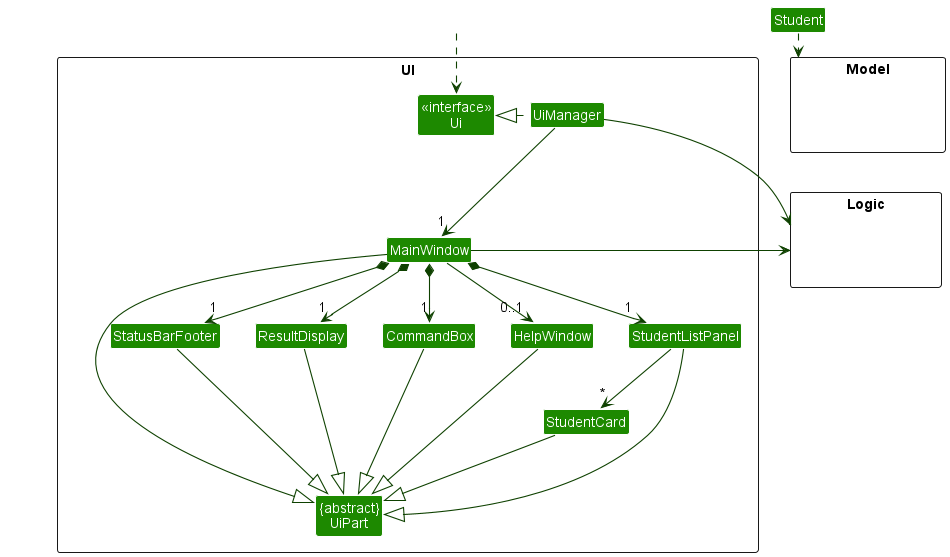
Earlier version of the PlantUML export docs/images/UiClassDiagram.png (nus-cs2103-AY2223S2/tp).
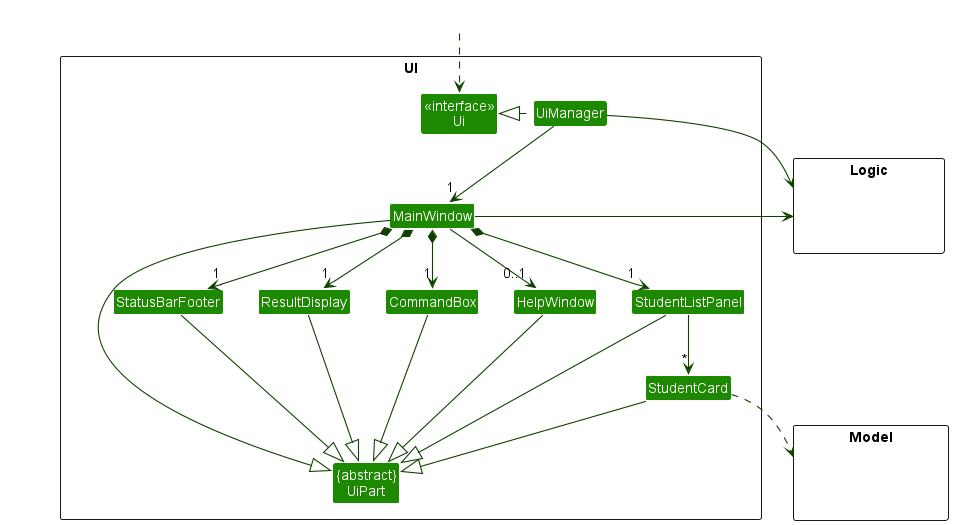
Above is the later version.

Diff of the diagram source:
```diff
@@ -47,7 +47,7 @@
 StatusBarFooter --|> UiPart
 HelpWindow --|> UiPart
 
-Student ..> Model
+StudentCard ..> Model
 UiManager -right-> Logic
 MainWindow -left-> Logic
 
```
